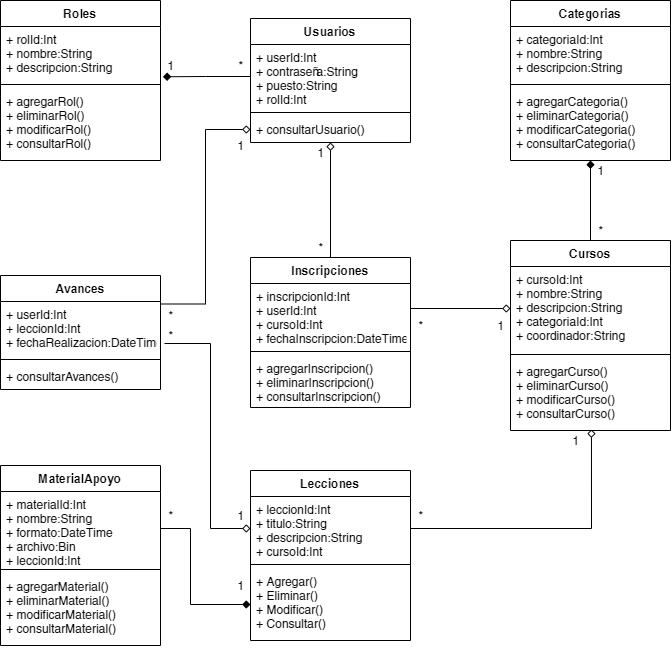
The draw.io diagram diagrams/C1.4_UML_Casos_de_uso_secuencia_clases/C1.4_Clases.png in edgarcastillo17/analisisavanzadosoftware, before a commit. Source tidied: cells renumbered, new cells last; positions are measured from the earlier drawing's top-left corner, leaving out a move shared by most shapes.
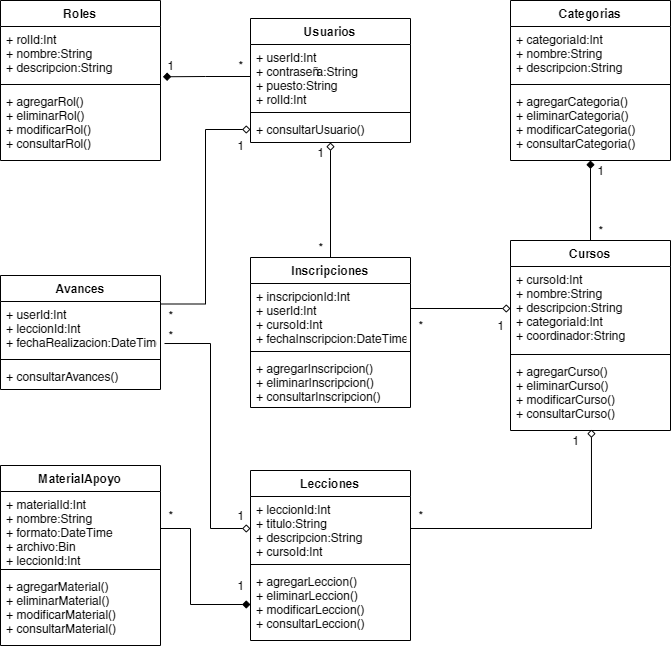
After the change.

Commit message:
C1.4_UML_Casos_de_uso_secuencia_clases

The edit, as a diff of the source:
```diff
@@ -35,7 +35,7 @@
     <mxCell id="12" style="line;strokeWidth=1;fillColor=none;align=left;verticalAlign=middle;spacingTop=-1;spacingLeft=3;spacingRight=3;labelPosition=right;" parent="10" vertex="1">
       <mxGeometry y="90" width="160" height="8" as="geometry" />
     </mxCell>
-    <mxCell id="13" value="+ Agregar()&#10;+ Eliminar()&#10;+ Modificar()&#10;+ Consultar()" style="text;strokeColor=none;fillColor=none;align=left;verticalAlign=top;spacingLeft=4;spacingRight=4;overflow=hidden;points=[[0,0.5],[1,0.5]];portConstraint=eastwest;" parent="10" vertex="1">
+    <mxCell id="13" value="+ agregarLeccion()&#10;+ eliminarLeccion()&#10;+ modificarLeccion()&#10;+ consultarLeccion()" style="text;strokeColor=none;fillColor=none;align=left;verticalAlign=top;spacingLeft=4;spacingRight=4;overflow=hidden;points=[[0,0.5],[1,0.5]];portConstraint=eastwest;" parent="10" vertex="1">
       <mxGeometry y="98" width="160" height="72" as="geometry" />
     </mxCell>
     <mxCell id="14" value="MaterialApoyo" style="swimlane;fontStyle=1;align=center;verticalAlign=top;horizontal=1;startSize=26;" parent="1" vertex="1">
```
